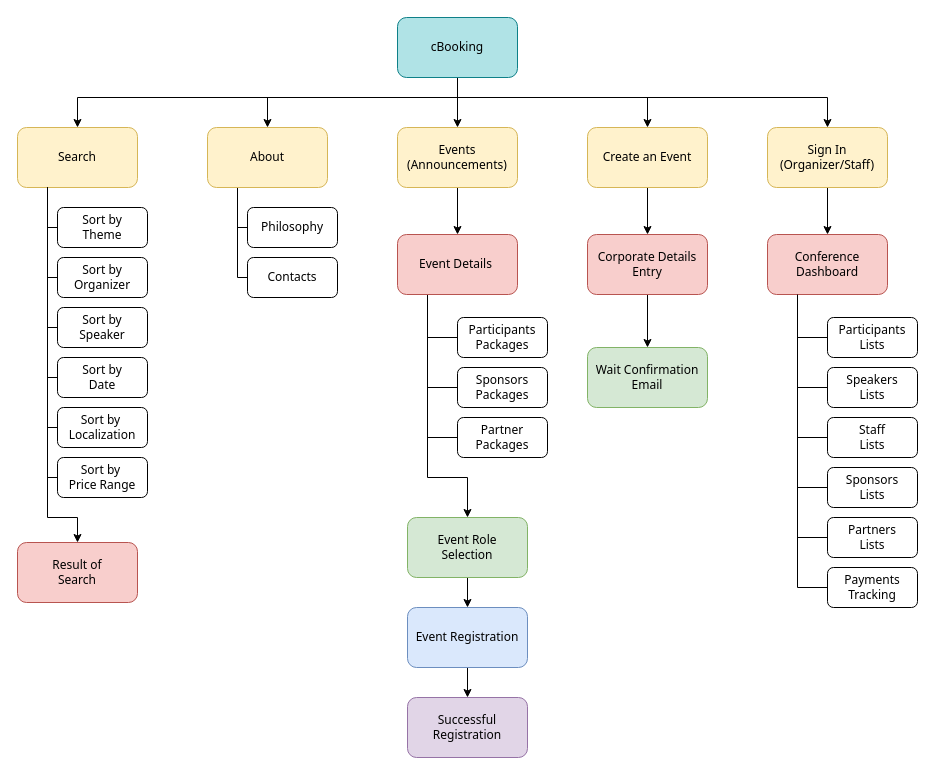
joamats/feup-InformationSystems keeps this draw.io diagram as docs/drawio/Website Plan.drawio. Above is the earlier version. Source tidied: cells renumbered, new cells numbered last; positions are measured from the earlier drawing's top-left corner, leaving out a move shared by most shapes. Both pictures are drawn from the tidied source at 100%, with x=0, y=0 at pixel (17, 17).
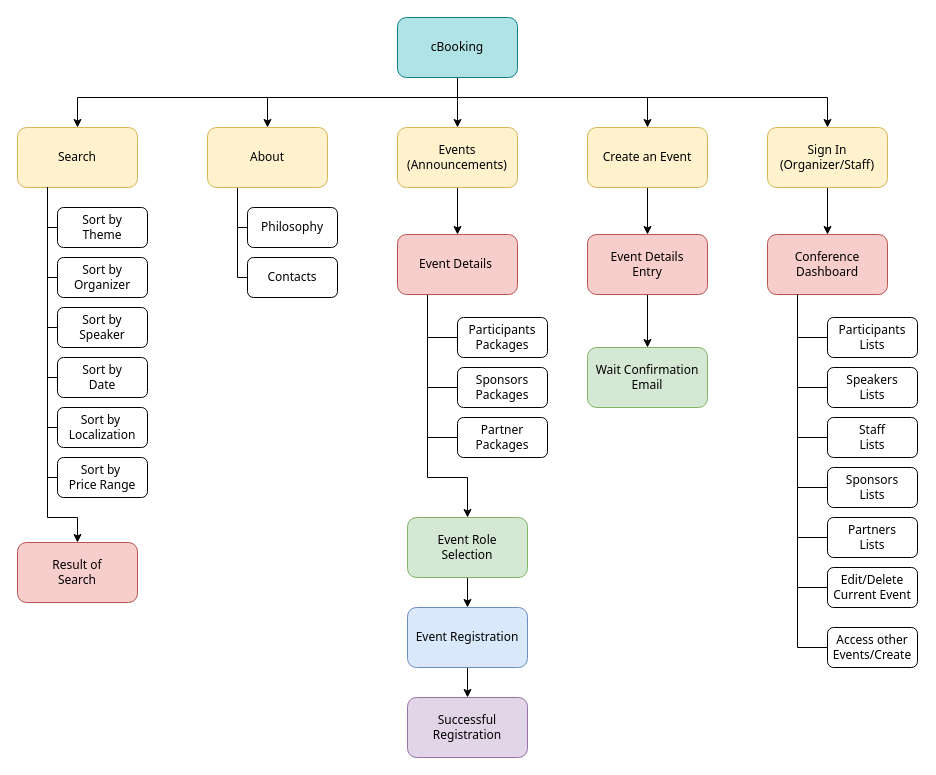
The same diagram, later.

Commit message:
Update Website Plan

The change refers to these unchanged cells:
```xml
<mxCell id="24" value="Conference Dashboard" style="rounded=1;whiteSpace=wrap;html=1;fontFamily=Tahoma;fillColor=#f8cecc;strokeColor=#b85450;" parent="1" vertex="1">
  <mxGeometry x="750" y="217" width="120" height="60" as="geometry" />
</mxCell>
```

Diff of the diagram source:
```diff
@@
-    <mxCell id="18" value="Corporate Details&lt;br&gt;Entry" style="rounded=1;whiteSpace=wrap;html=1;fontFamily=Tahoma;fillColor=#f8cecc;strokeColor=#b85450;" parent="1" vertex="1">
+    <mxCell id="18" value="Event Details&lt;br&gt;Entry" style="rounded=1;whiteSpace=wrap;html=1;fontFamily=Tahoma;fillColor=#f8cecc;strokeColor=#b85450;" parent="1" vertex="1">
       <mxGeometry x="570" y="217" width="120" height="60" as="geometry" />
     </mxCell>
@@
+    <mxCell id="67" style="edgeStyle=orthogonalEdgeStyle;rounded=0;jettySize=auto;html=1;exitX=0.25;exitY=1;exitDx=0;exitDy=0;entryX=0;entryY=0.5;entryDx=0;entryDy=0;endArrow=none;endFill=0;" parent="1" edge="1" source="24" target="68">
+      <mxGeometry relative="1" as="geometry" />
+    </mxCell>
@@
-    <mxCell id="63" value="Payments Tracking" style="rounded=1;whiteSpace=wrap;html=1;fontFamily=Tahoma;" parent="1" vertex="1">
+    <mxCell id="63" value="Edit/Delete Current Event" style="rounded=1;whiteSpace=wrap;html=1;fontFamily=Tahoma;" parent="1" vertex="1">
       <mxGeometry x="810" y="550" width="90" height="40" as="geometry" />
     </mxCell>
@@
+    <mxCell id="68" value="Access other Events/Create" style="rounded=1;whiteSpace=wrap;html=1;fontFamily=Tahoma;" parent="1" vertex="1">
+      <mxGeometry x="810" y="610" width="90" height="40" as="geometry" />
+    </mxCell>
```
